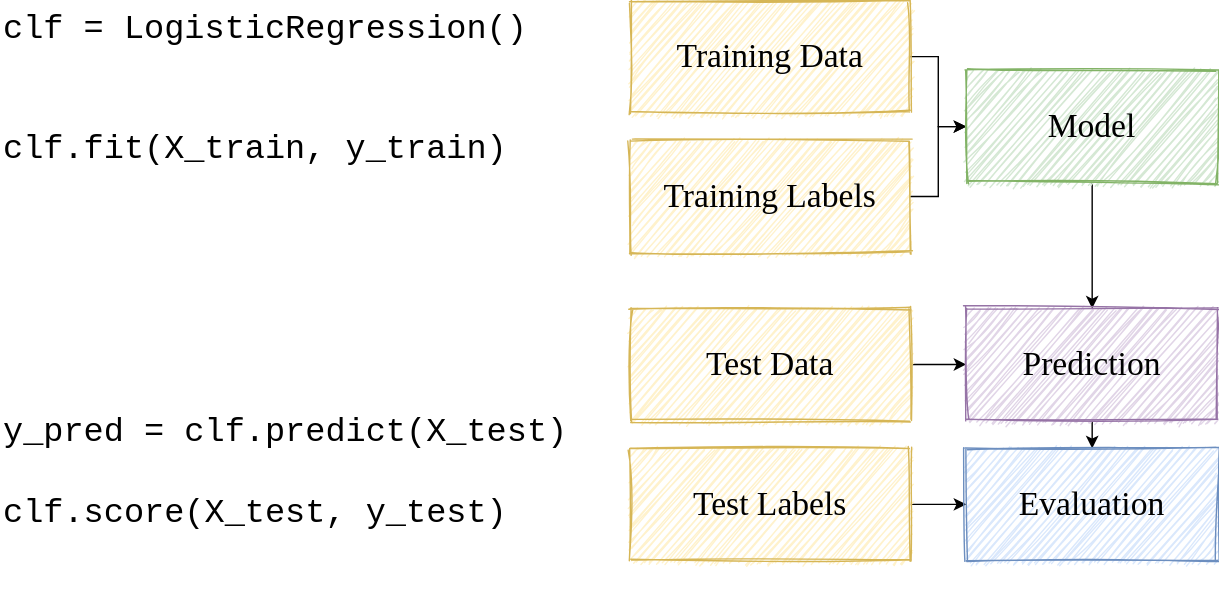
This is images/ml-workflow-sklearn.svg from thomasjpfan/ml-workshop-intro, a draw.io export, as it was before one commit. Source tidied: cells renumbered, new cells last; positions are measured from the earlier drawing's top-left corner, leaving out a move shared by most shapes.
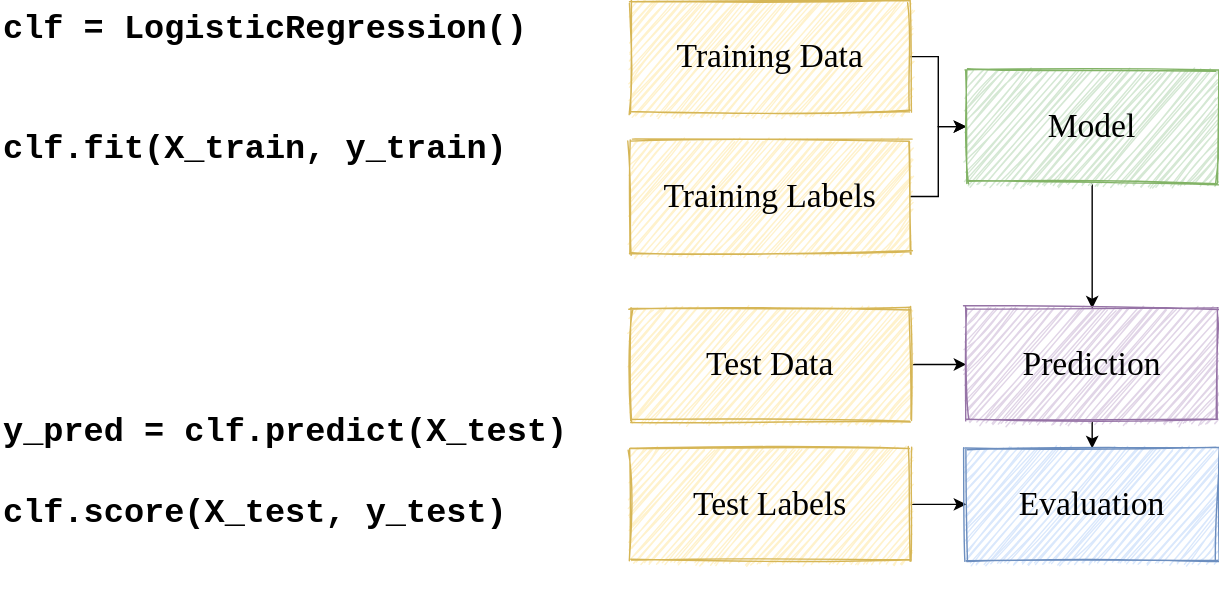
Above is the later version.

Diff of the diagram source:
```diff
@@ -41,7 +41,7 @@
     <mxCell id="14" value="&lt;font style=&quot;font-size: 24px&quot;&gt;Evaluation&lt;/font&gt;" style="rounded=0;whiteSpace=wrap;html=1;fillColor=#dae8fc;strokeColor=#6c8ebf;sketch=1;fontFamily=Verdana;shadow=0;glass=0;fontSize=24;" parent="1" vertex="1">
       <mxGeometry x="690" y="320" width="180" height="80" as="geometry" />
     </mxCell>
-    <mxCell id="15" value="&lt;span style=&quot;&quot;&gt;clf = LogisticRegression()&lt;br&gt;&lt;br&gt;&lt;br&gt;clf.fit(X_train, y_train)&lt;br&gt;&lt;br&gt;&lt;br&gt;&lt;br&gt;&lt;br&gt;&lt;br&gt;&lt;br&gt;y_pred = clf.predict(X_test)&lt;br&gt;&lt;br&gt;clf.score(X_test, y_test)&lt;br&gt;&lt;/span&gt;" style="text;html=1;strokeColor=none;fillColor=none;align=left;verticalAlign=top;whiteSpace=wrap;rounded=0;labelBackgroundColor=none;fontSize=24;fontColor=#000000;fontFamily=Courier New;fontStyle=0;" parent="1" vertex="1">
+    <mxCell id="15" value="&lt;span style=&quot;&quot;&gt;clf = LogisticRegression()&lt;br&gt;&lt;br&gt;&lt;br&gt;clf.fit(X_train, y_train)&lt;br&gt;&lt;br&gt;&lt;br&gt;&lt;br&gt;&lt;br&gt;&lt;br&gt;&lt;br&gt;y_pred = clf.predict(X_test)&lt;br&gt;&lt;br&gt;clf.score(X_test, y_test)&lt;br&gt;&lt;/span&gt;" style="text;html=1;strokeColor=none;fillColor=none;align=left;verticalAlign=top;whiteSpace=wrap;rounded=0;labelBackgroundColor=none;fontSize=24;fontColor=#000000;fontFamily=Courier New;fontStyle=1;" parent="1" vertex="1">
       <mxGeometry width="430" height="430" as="geometry" />
     </mxCell>
   </root>
```
